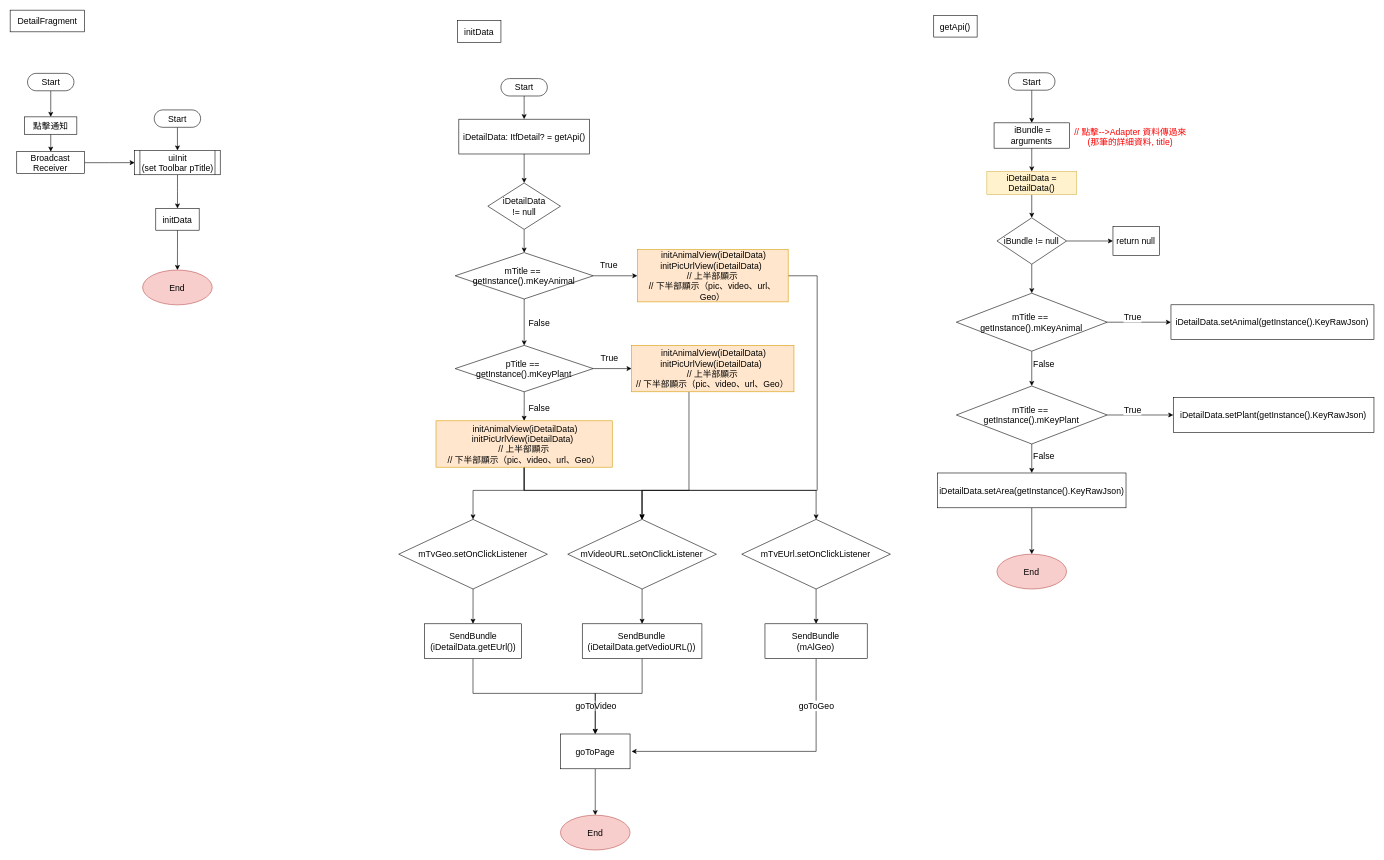
The draw.io diagram page "DetailFragment" (11 of 14) of 一般流程.drawio in ccckyc/draw, before the edit. Source tidied: cells renumbered, new cells numbered last; positions are measured from the earlier drawing's top-left corner, leaving out a move shared by most shapes. Both pictures are drawn from the tidied source at 58%, with x=0, y=0 at pixel (10, 10).
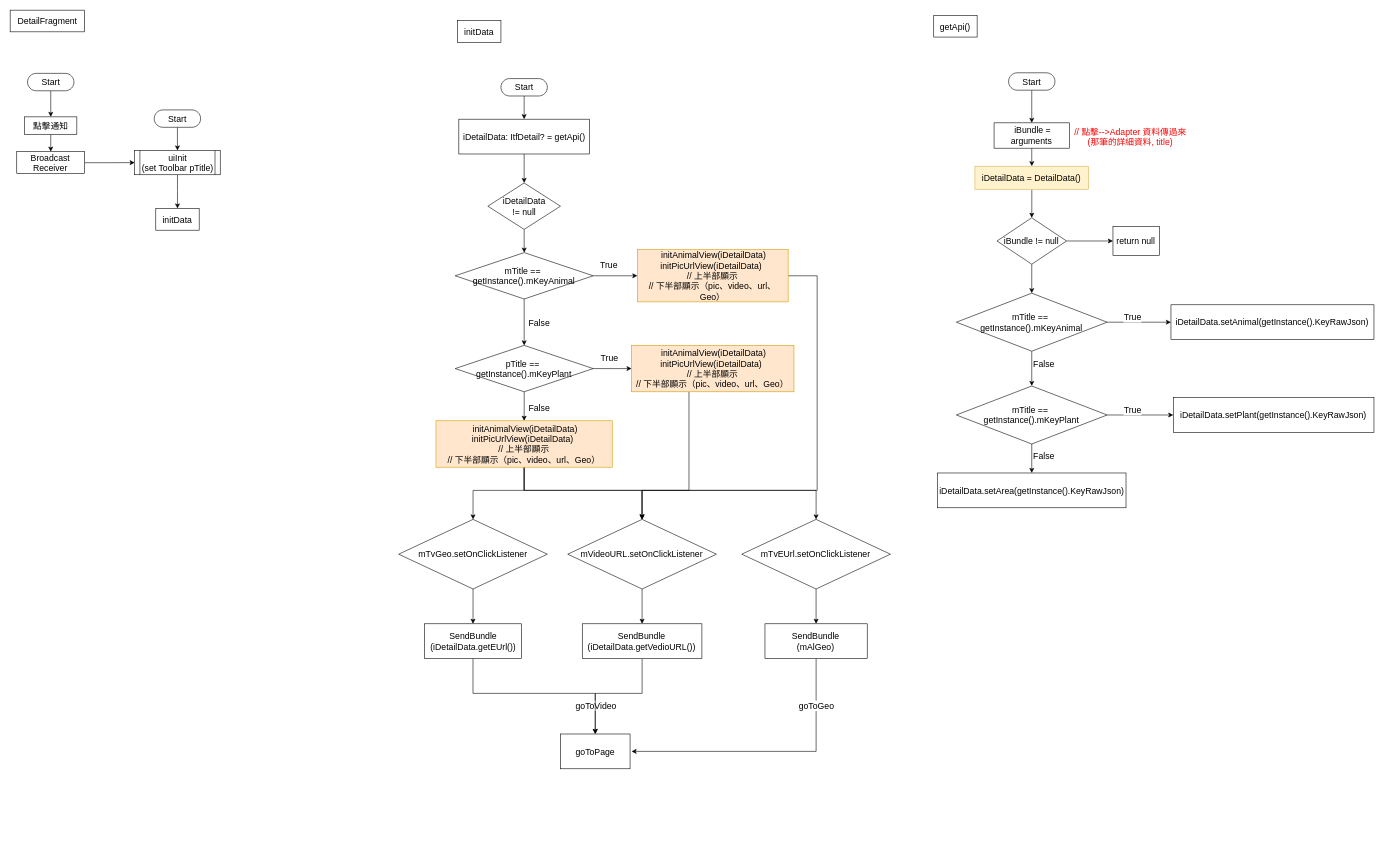
The same diagram, later.

The change refers to these unchanged cells:
```xml
<mxCell id="7" value="initData" style="whiteSpace=wrap;html=1;fontSize=15;fillColor=#FFFFFF;fontColor=#000000;labelBackgroundColor=none;labelBorderColor=none;strokeWidth=1;gradientColor=none;fontFamily=Helvetica;fontStyle=0;" parent="1" vertex="1">
  <mxGeometry x="251.1" y="342" width="74.8" height="37.4" as="geometry" />
</mxCell>
<mxCell id="42" value="goToPage" style="whiteSpace=wrap;html=1;fontSize=15;fillColor=#FFFFFF;strokeColor=#000000;dashed=0;fontStyle=0;fontFamily=Helvetica;" parent="1" vertex="1">
  <mxGeometry x="948.8" y="1248" width="120" height="60" as="geometry" />
</mxCell>
<mxCell id="43" style="edgeStyle=orthogonalEdgeStyle;rounded=0;jettySize=auto;html=1;fontColor=#000000;exitX=0.5;exitY=1;exitDx=0;exitDy=0;entryX=0.5;entryY=0;entryDx=0;entryDy=0;fontFamily=Helvetica;fontSize=15;fontStyle=0;" parent="1" edge="1" source="45" target="42">
  <mxGeometry relative="1" as="geometry">
    <Array as="points">
      <mxPoint x="798.4" y="1178" />
      <mxPoint x="1008.4" y="1178" />
    </Array>
  </mxGeometry>
</mxCell>
<mxCell id="74" value="iDetailData.setArea(getInstance().KeyRawJson)" style="whiteSpace=wrap;html=1;fillColor=#FFFFFF;strokeColor=#000000;fontColor=#000000;fontFamily=Helvetica;fontSize=15;fontStyle=0;" parent="1" vertex="1">
  <mxGeometry x="1598.9" y="798" width="325" height="60" as="geometry" />
</mxCell>
```

Change to the diagram source:
```diff
@@
-    <mxCell id="6" style="edgeStyle=orthogonalEdgeStyle;rounded=0;jettySize=auto;html=1;fontFamily=Helvetica;fontSize=15;fontColor=#000000;fontStyle=0;" parent="1" edge="1" source="7" target="76">
-      <mxGeometry relative="1" as="geometry" />
-    </mxCell>
@@
-    <mxCell id="41" style="edgeStyle=orthogonalEdgeStyle;rounded=0;jettySize=auto;html=1;fontColor=#FF0000;" parent="1" edge="1" source="42" target="84">
-      <mxGeometry relative="1" as="geometry" />
-    </mxCell>
@@
-    <mxCell id="44" value="goToVideo" style="edgeLabel;html=1;align=center;verticalAlign=middle;fontColor=#000000;fontFamily=Helvetica;fontSize=15;fontStyle=0;" parent="43" vertex="1">
+    <mxCell id="44" value="goToVideo" style="edgeLabel;html=1;align=center;verticalAlign=middle;fontColor=#000000;fontFamily=Helvetica;fontSize=15;fontStyle=0;labelBackgroundColor=default;" parent="43" vertex="1">
       <mxGeometry x="0.19" y="-4" relative="1" as="geometry">
         <mxPoint x="68" y="16" as="offset" />
       </mxGeometry>
     </mxCell>
@@
     <mxCell id="57" value="iDetailData = DetailData()" style="whiteSpace=wrap;html=1;strokeColor=#d6b656;fillColor=#fff2cc;fontFamily=Helvetica;fontSize=15;fontStyle=0;" parent="1" vertex="1">
-      <mxGeometry x="1683.9" y="278" width="155" height="40" as="geometry" />
+      <mxGeometry x="1663.4" y="269" width="196.1" height="40" as="geometry" />
     </mxCell>
@@
-    <mxCell id="73" style="edgeStyle=orthogonalEdgeStyle;rounded=0;jettySize=auto;html=1;fontColor=#FF0000;" parent="1" edge="1" source="74" target="83">
-      <mxGeometry relative="1" as="geometry" />
-    </mxCell>
@@
-    <mxCell id="76" value="End" style="ellipse;whiteSpace=wrap;html=1;fontSize=15;fillColor=#f8cecc;labelBackgroundColor=none;labelBorderColor=none;strokeWidth=1;strokeColor=#b85450;fontFamily=Helvetica;fontStyle=0;" parent="1" vertex="1">
-      <mxGeometry x="228.4" y="448.1" width="120" height="60" as="geometry" />
-    </mxCell>
@@
-    <mxCell id="83" value="End" style="ellipse;whiteSpace=wrap;html=1;fontSize=15;fillColor=#f8cecc;strokeColor=#b85450;fontStyle=0;" parent="1" vertex="1">
-      <mxGeometry x="1701.4" y="938" width="120" height="60" as="geometry" />
-    </mxCell>
-    <mxCell id="84" value="End" style="ellipse;whiteSpace=wrap;html=1;fontSize=15;fillColor=#f8cecc;strokeColor=#b85450;dashed=0;fontStyle=0;" parent="1" vertex="1">
-      <mxGeometry x="948.8" y="1388" width="120" height="60" as="geometry" />
-    </mxCell>
```
